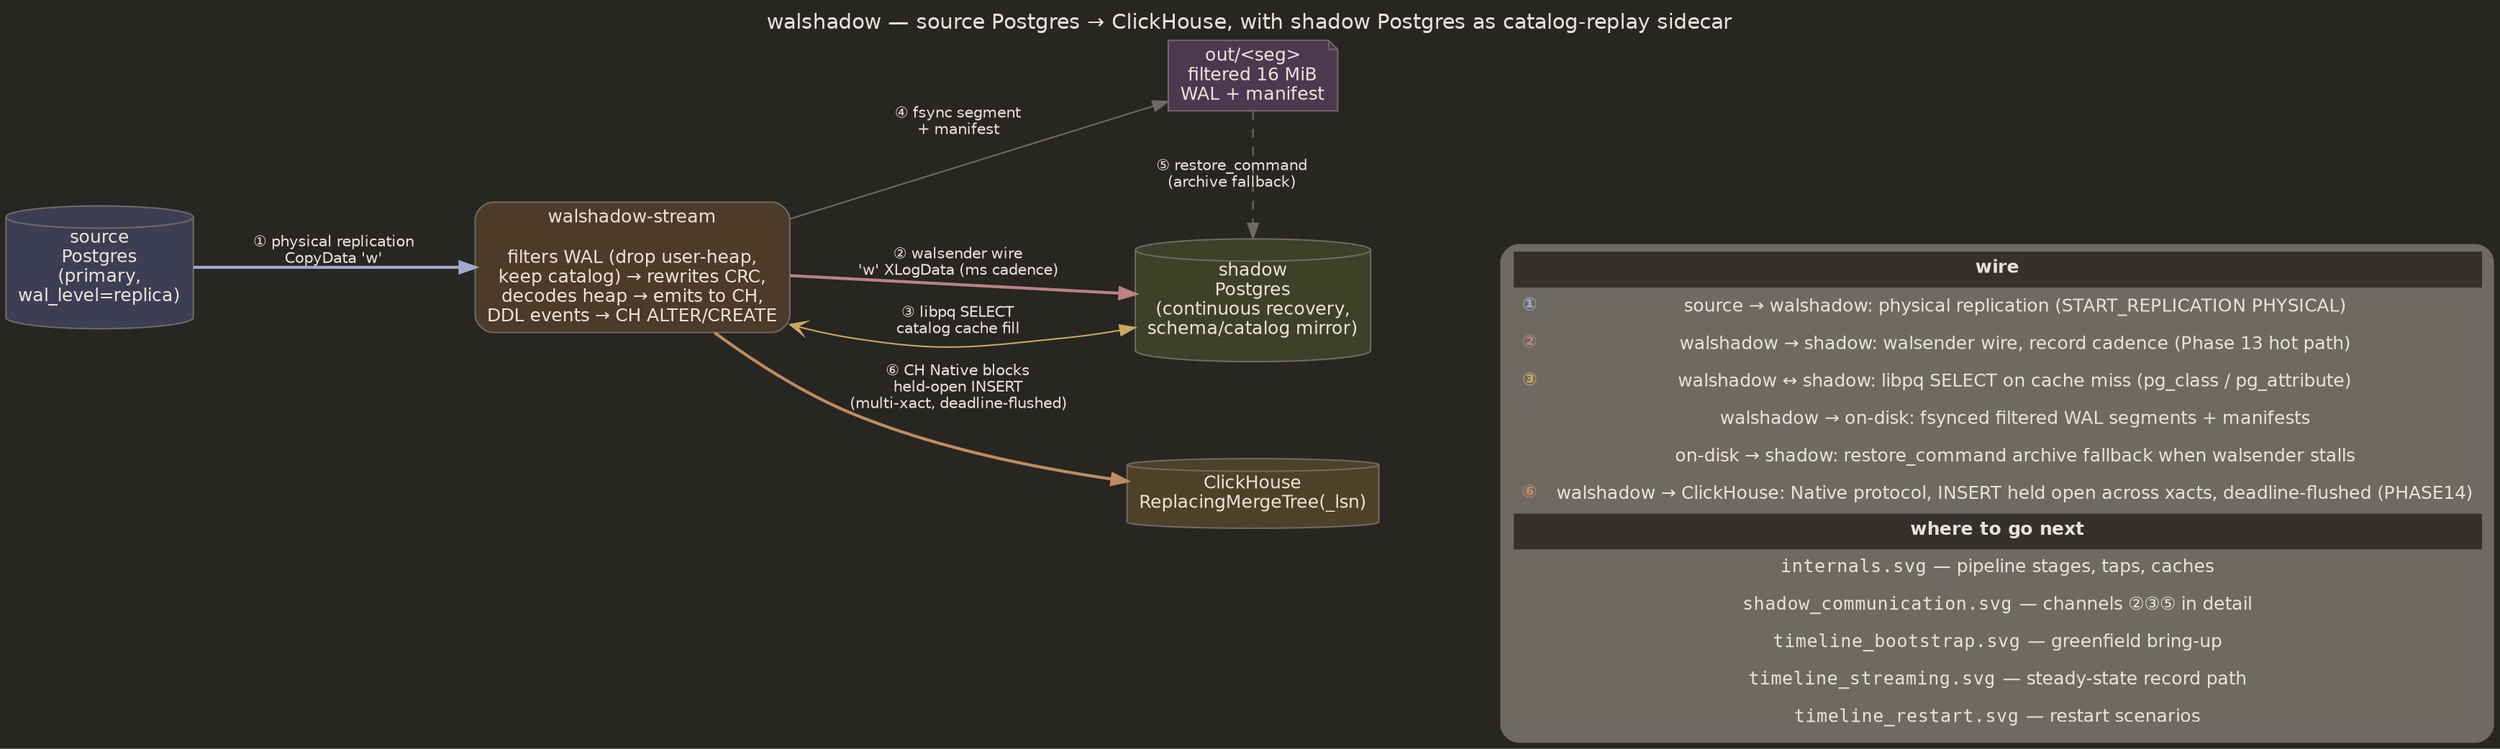
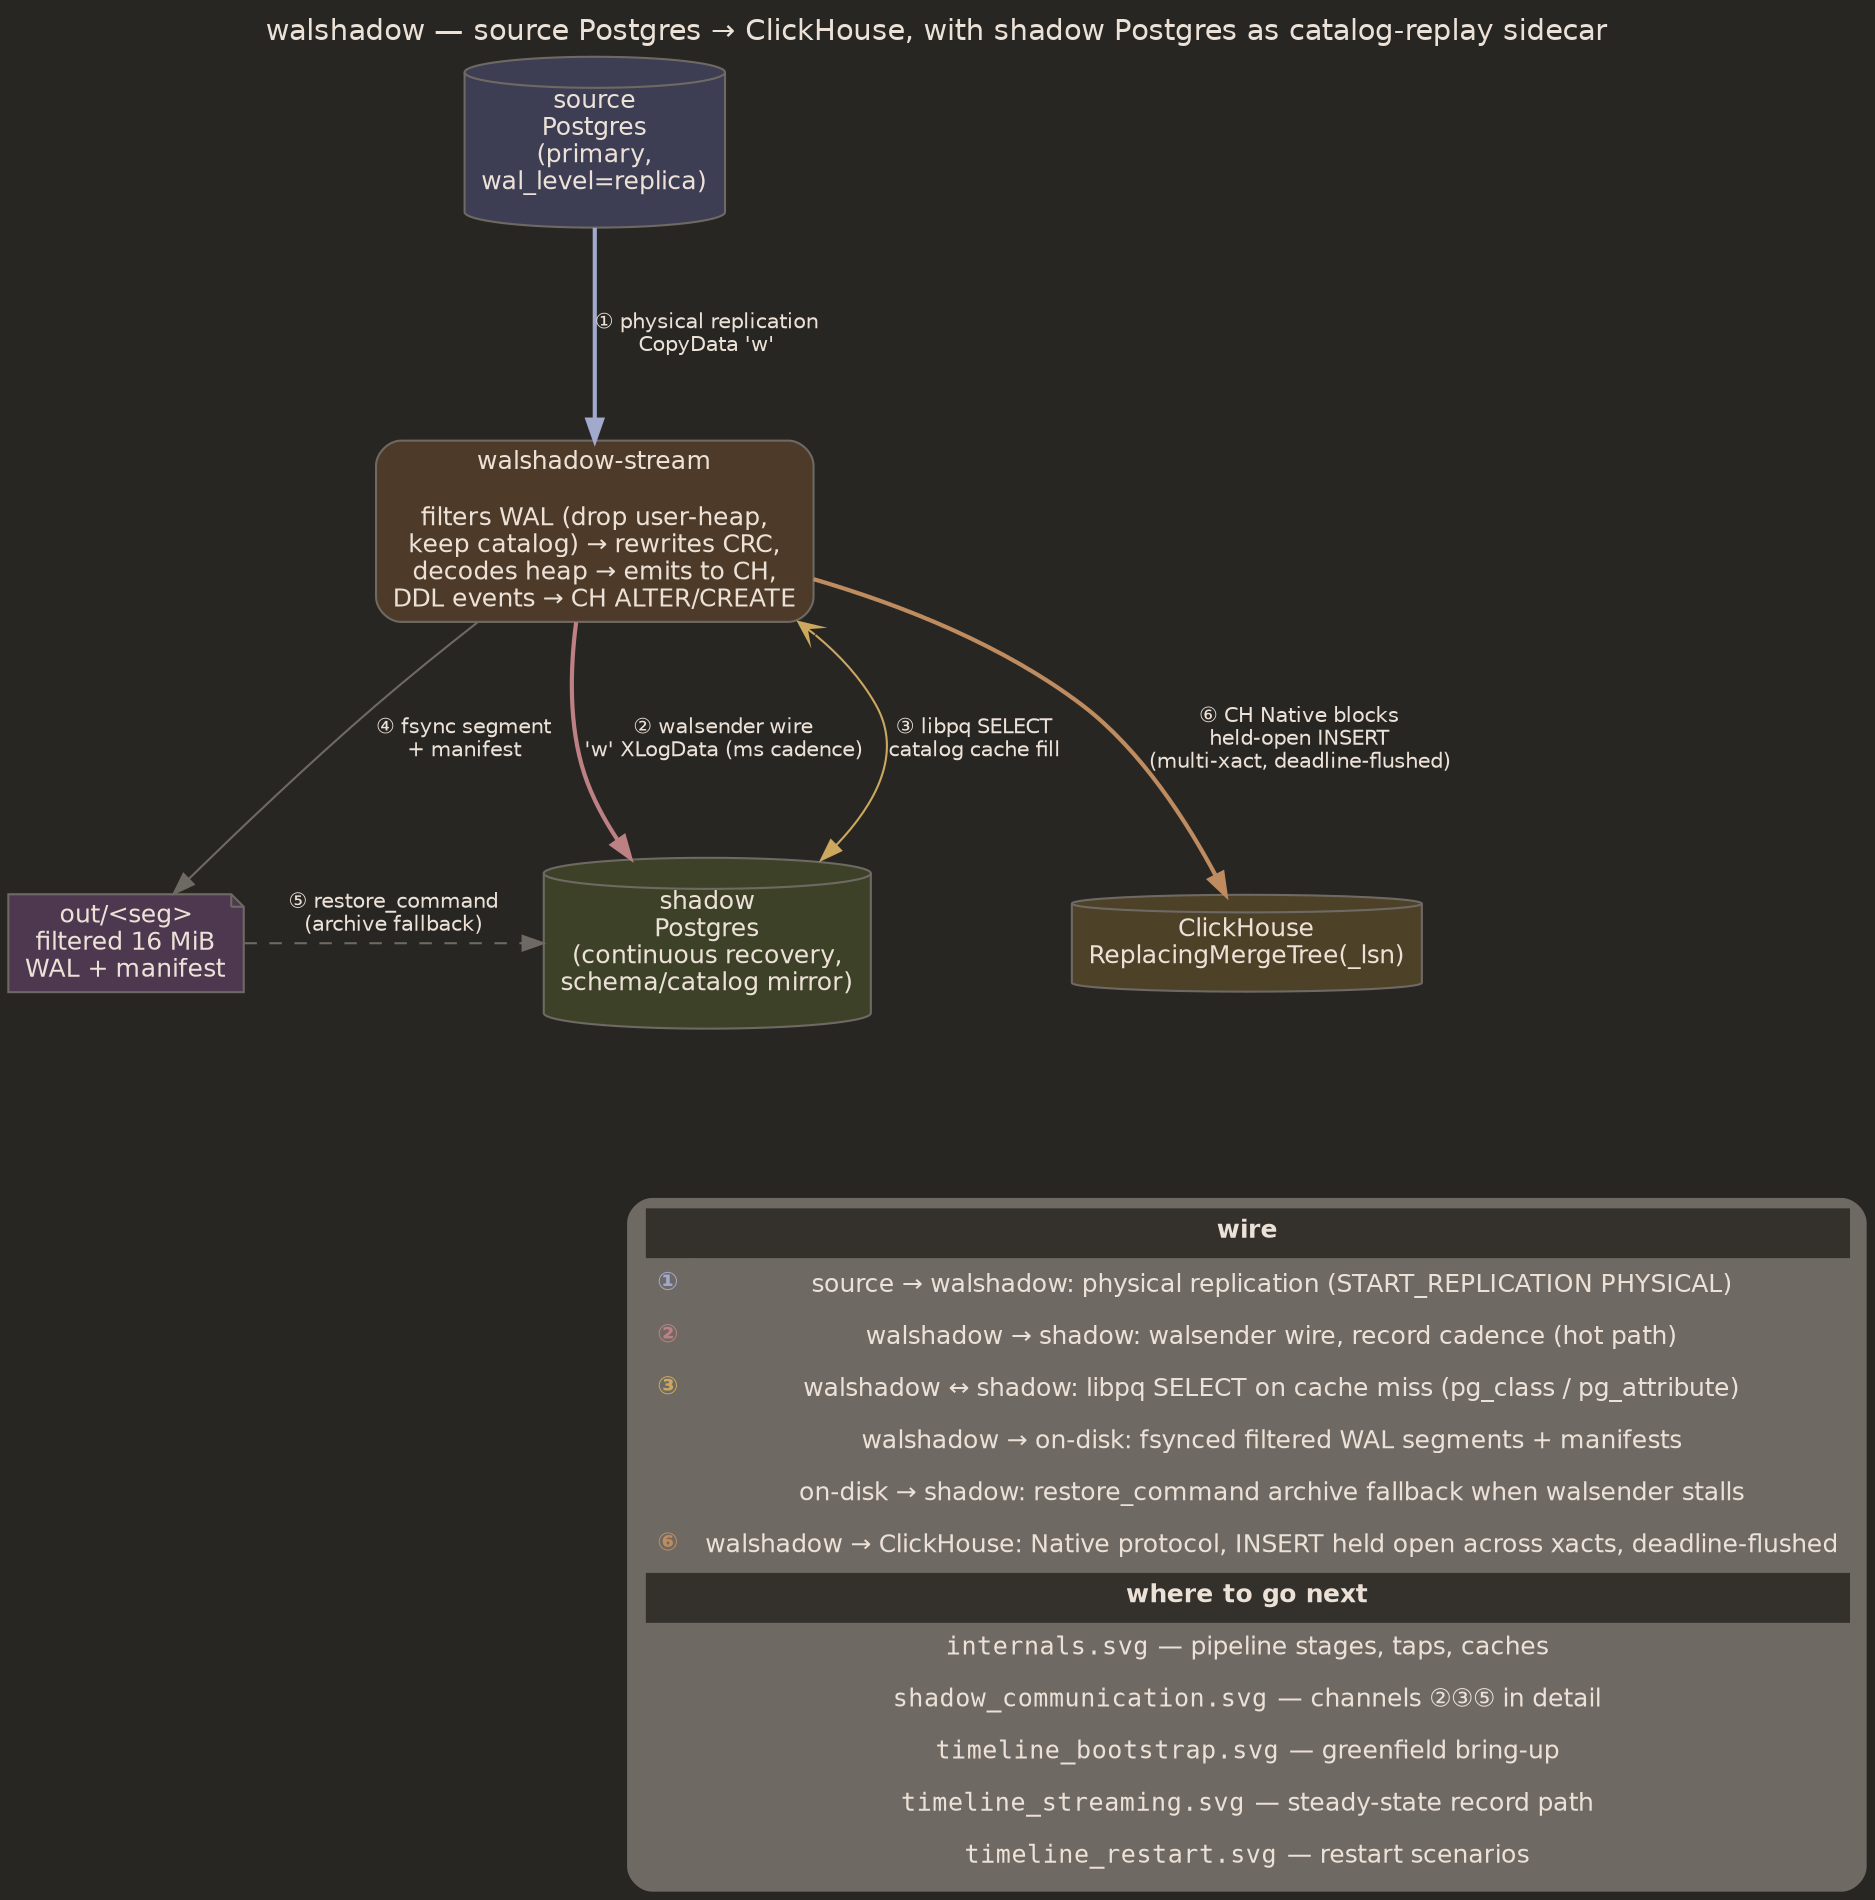
// walshadow — 30-second system view
// 5 boxes, 6 wires. For deeper pipeline detail, see internals.dot.
digraph overview {
-   rankdir=LR;
+   rankdir=TB;
  graph [fontname="Helvetica", labelloc="t", label="walshadow — source Postgres → ClickHouse, with shadow Postgres as catalog-replay sidecar", fontsize=14, splines=spline, nodesep=0.6, ranksep=1.1, bgcolor="#272623", fontcolor="#ECE1D7"];
  node  [fontname="Helvetica", fontsize=12, shape=box, style="rounded,filled", color="#6E6963", fontcolor="#ECE1D7"];
  edge  [fontname="Helvetica", fontsize=10, color="#c1a78e", fontcolor="#ECE1D7"];

  // ─── 5 actors ───
  src [label="source\nPostgres\n(primary,\nwal_level=replica)",                                                          fillcolor="#3D3D54", shape=cylinder];
  wal [label="walshadow-stream\n\nfilters WAL (drop user-heap,\nkeep catalog) → rewrites CRC,\ndecodes heap → emits to CH,\nDDL events → CH ALTER/CREATE",
       fillcolor="#4D3A28", width=2.6];
  arc [label="out/<seg>\nfiltered 16 MiB\nWAL + manifest",                                                                fillcolor="#4D3850", shape=note];
  shd [label="shadow\nPostgres\n(continuous recovery,\nschema/catalog mirror)",                                            fillcolor="#3D4128", shape=cylinder];
  ch  [label="ClickHouse\nReplacingMergeTree(_lsn)",                                                                       fillcolor="#4D4128", shape=cylinder];

  // ─── 6 wires ───
  src -> wal [label="① physical replication\nCopyData 'w'",                       color="#A1A9CC", penwidth=2];
  wal -> shd [label="② walsender wire\n'w' XLogData (ms cadence)",                color="#BD8183", penwidth=2];
  wal -> shd [label="③ libpq SELECT\ncatalog cache fill",                         color="#CBA85E", dir=both, arrowtail=open, constraint=false];
  wal -> arc [label="④ fsync segment\n+ manifest",                                color="#6E6963"];
  arc -> shd [label="⑤ restore_command\n(archive fallback)",                      style=dashed, color="#6E6963", constraint=false];
  wal -> ch  [label="⑥ CH Native blocks\nheld-open INSERT\n(multi-xact, deadline-flushed)", color="#BF8C5F", penwidth=2];

  // ─── Legend ───
  legend [shape=plaintext, label=<
    <TABLE BORDER="0" CELLBORDER="1" CELLSPACING="0" CELLPADDING="5">
      <TR><TD COLSPAN="2" BGCOLOR="#34302c"><B>wire</B></TD></TR>
      <TR><TD><FONT COLOR="#A1A9CC"><B>①</B></FONT></TD><TD>source → walshadow: physical replication (START_REPLICATION PHYSICAL)</TD></TR>
-       <TR><TD><FONT COLOR="#BD8183"><B>②</B></FONT></TD><TD>walshadow → shadow: walsender wire, record cadence (Phase 13 hot path)</TD></TR>
+       <TR><TD><FONT COLOR="#BD8183"><B>②</B></FONT></TD><TD>walshadow → shadow: walsender wire, record cadence (hot path)</TD></TR>
      <TR><TD><FONT COLOR="#CBA85E"><B>③</B></FONT></TD><TD>walshadow ↔ shadow: libpq SELECT on cache miss (pg_class / pg_attribute)</TD></TR>
      <TR><TD><FONT COLOR="#6E6963"><B>④</B></FONT></TD><TD>walshadow → on-disk: fsynced filtered WAL segments + manifests</TD></TR>
      <TR><TD><FONT COLOR="#6E6963"><B>⑤</B></FONT></TD><TD>on-disk → shadow: restore_command archive fallback when walsender stalls</TD></TR>
-       <TR><TD><FONT COLOR="#BF8C5F"><B>⑥</B></FONT></TD><TD>walshadow → ClickHouse: Native protocol, INSERT held open across xacts, deadline-flushed (PHASE14)</TD></TR>
+       <TR><TD><FONT COLOR="#BF8C5F"><B>⑥</B></FONT></TD><TD>walshadow → ClickHouse: Native protocol, INSERT held open across xacts, deadline-flushed</TD></TR>
      <TR><TD COLSPAN="2" BGCOLOR="#34302c"><B>where to go next</B></TD></TR>
      <TR><TD COLSPAN="2"><FONT FACE="monospace">internals.svg</FONT> — pipeline stages, taps, caches</TD></TR>
      <TR><TD COLSPAN="2"><FONT FACE="monospace">shadow_communication.svg</FONT> — channels ②③⑤ in detail</TD></TR>
      <TR><TD COLSPAN="2"><FONT FACE="monospace">timeline_bootstrap.svg</FONT> — greenfield bring-up</TD></TR>
      <TR><TD COLSPAN="2"><FONT FACE="monospace">timeline_streaming.svg</FONT> — steady-state record path</TD></TR>
      <TR><TD COLSPAN="2"><FONT FACE="monospace">timeline_restart.svg</FONT> — restart scenarios</TD></TR>
    </TABLE>
  >];
  ch -> legend [style=invis];
}
